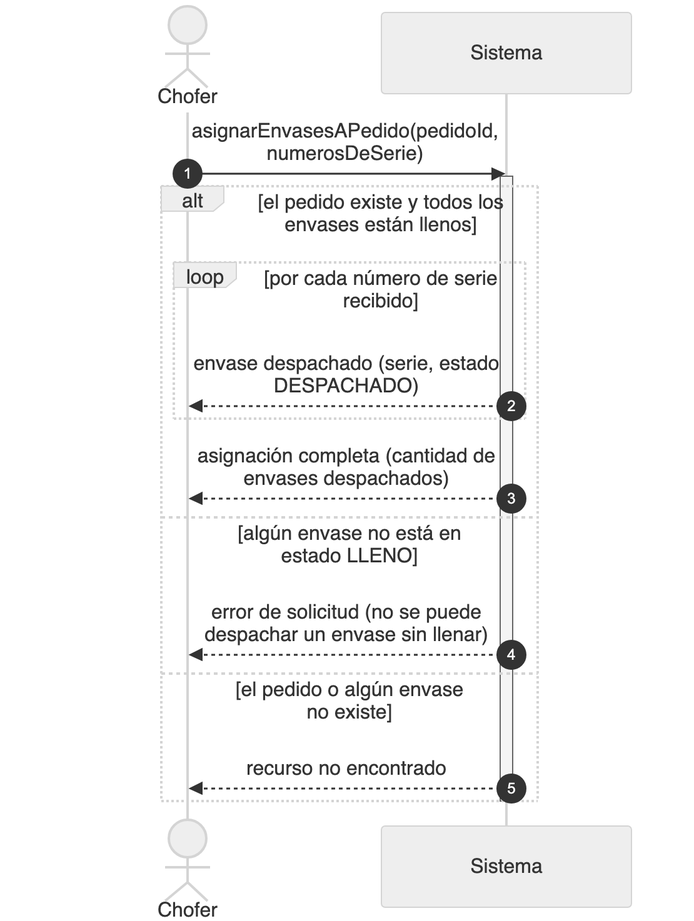
Before: diagramas/png/DSS_CU-068_Asignar-Envases-A-Un-Pedido.png, a diagram exported from Mermaid (Nahuelito-Dev/splg-docs). Its source is kept beside it as diagramas/DSS_CU-068_Asignar-Envases-A-Un-Pedido.mmd.
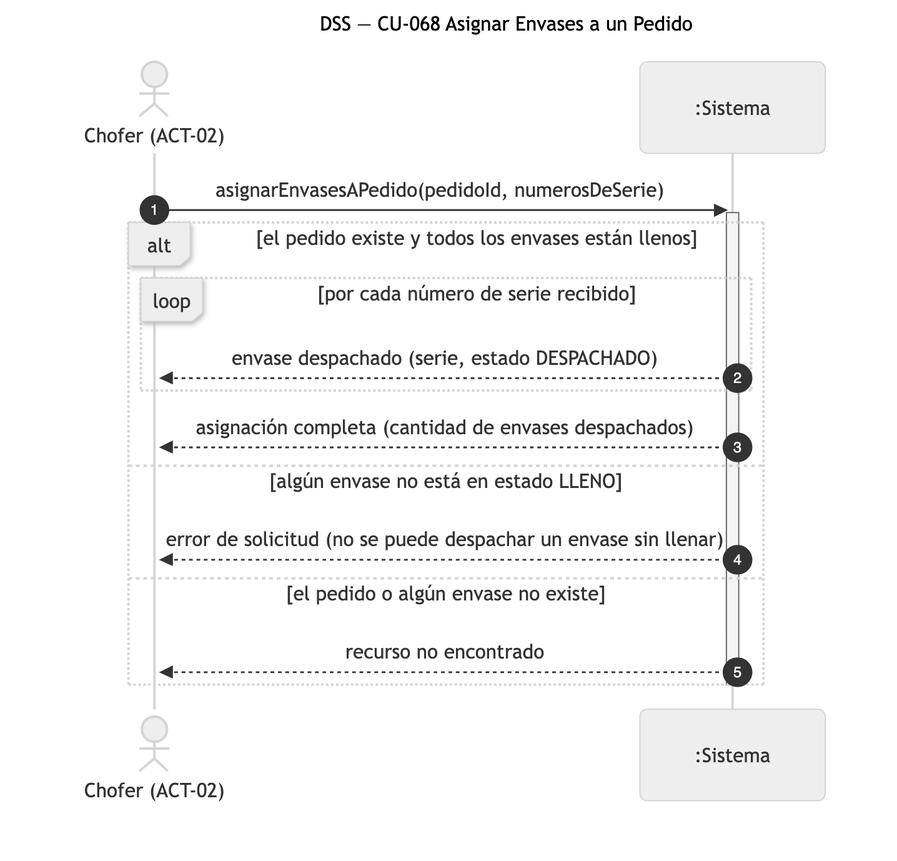
The same file after the commit.

What changed in the source:
```diff
@@ -1,8 +1,8 @@
 sequenceDiagram
-    title DSS — CU-068 Asignar Envases A Un Pedido
+    title DSS — CU-068 Asignar Envases a un Pedido
     autonumber
-    actor CHO as Chofer
-    participant SIS as Sistema
+    actor CHO as Chofer (ACT-02)
+    participant SIS as :Sistema
 
     CHO->>SIS: asignarEnvasesAPedido(pedidoId, numerosDeSerie)
     activate SIS
```
